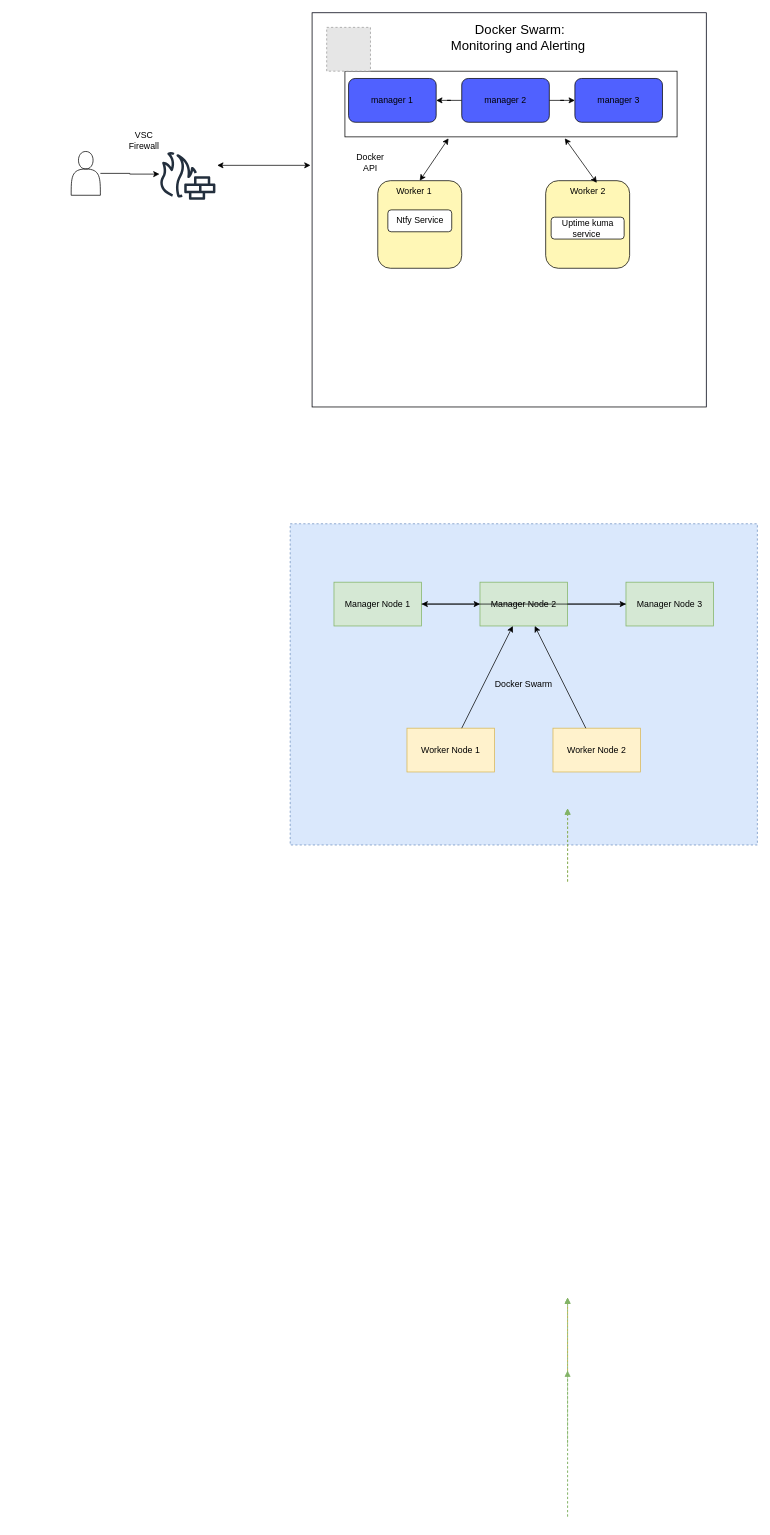
Above: Untitled Diagram.drawio in aaiyanna1/drawio (draw.io), before the change. Source tidied: cells renumbered, new cells numbered last; positions are measured from the earlier drawing's top-left corner, leaving out a move shared by most shapes. Both pictures are drawn from the tidied source at 73%, with x=0, y=0 at pixel (71, 12). Pictures stored in the file or linked from it are replaced by grey dashed boxes.
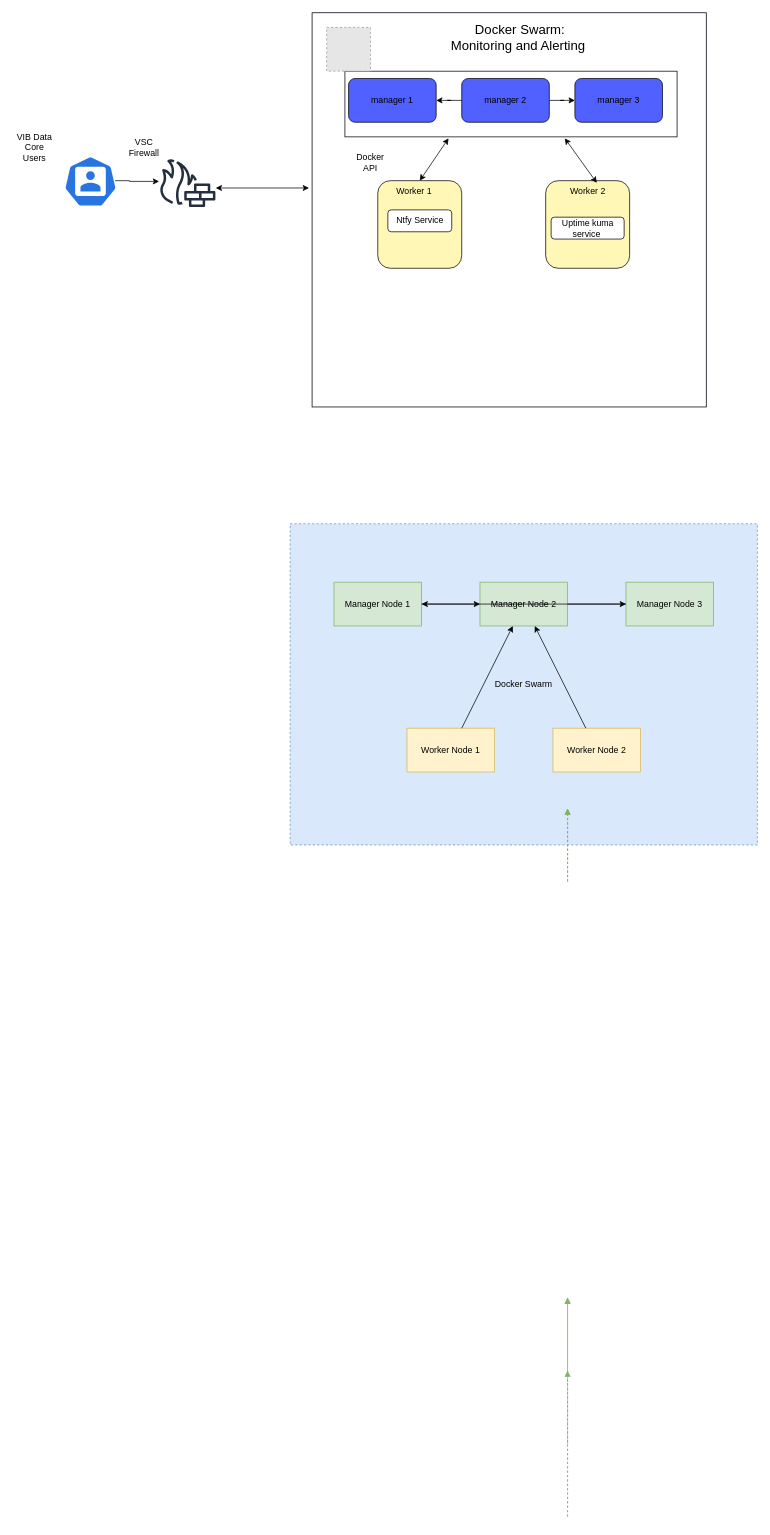
Above is the later version.

Commit message:
added user interface

The change refers to these unchanged cells:
```xml
<mxCell id="3" style="whiteSpace=wrap;html=1;" parent="2" vertex="1">
  <mxGeometry width="540" height="540" as="geometry" />
</mxCell>
<mxCell id="47" style="sketch=0;outlineConnect=0;fontColor=#232F3E;gradientColor=none;fillColor=#232F3D;strokeColor=none;dashed=0;verticalLabelPosition=bottom;verticalAlign=top;align=center;html=1;fontSize=12;fontStyle=0;shape=mxgraph.aws4.generic_firewall;" parent="46" vertex="1">
  <mxGeometry x="120" y="30" width="78" height="66" as="geometry" />
</mxCell>
```

Change to the diagram source:
```diff
@@
     <mxCell id="46" style="group;" parent="1" vertex="1">
-      <mxGeometry y="160" width="198" height="96" as="geometry" />
+      <mxGeometry y="170" width="198" height="96" as="geometry" />
     </mxCell>
@@
-    <mxCell id="49" style="shape=actor;whiteSpace=wrap;html=1;" parent="46" vertex="1">
-      <mxGeometry y="30" width="40" height="60" as="geometry" />
-    </mxCell>
-    <mxCell id="50" style="edgeStyle=orthogonalEdgeStyle;rounded=0;jettySize=auto;html=1;entryX=0.007;entryY=0.47;entryDx=0;entryDy=0;entryPerimeter=0;" parent="46" edge="1" source="49" target="47">
-      <mxGeometry relative="1" as="geometry" />
+    <mxCell id="50" style="edgeStyle=orthogonalEdgeStyle;rounded=0;jettySize=auto;html=1;" parent="46" edge="1" target="47">
+      <mxGeometry relative="1" as="geometry">
+        <mxPoint x="40" y="60" as="sourcePoint" />
+        <Array as="points">
+          <mxPoint x="80" y="60" />
+          <mxPoint x="80" y="61" />
+        </Array>
+      </mxGeometry>
     </mxCell>
+    <mxCell id="52" style="sketch=0;html=1;dashed=0;whitespace=wrap;verticalLabelPosition=bottom;verticalAlign=top;fillColor=#2875E2;strokeColor=#ffffff;shape=mxgraph.kubernetes.icon2;prIcon=user;" parent="46" vertex="1">
+      <mxGeometry x="-10" y="26" width="72.9" height="70" as="geometry" />
+    </mxCell>
-    <mxCell id="51" style="endArrow=classic;startArrow=classic;html=1;rounded=0;entryX=-0.004;entryY=0.387;entryDx=0;entryDy=0;entryPerimeter=0;" parent="1" edge="1" target="3">
+    <mxCell id="51" style="endArrow=classic;startArrow=classic;html=1;rounded=0;entryX=-0.004;entryY=0.387;entryDx=0;entryDy=0;entryPerimeter=0;" parent="1" edge="1">
       <mxGeometry relative="1" as="geometry">
-        <mxPoint x="200" y="209" as="sourcePoint" />
+        <mxPoint x="198" y="240" as="sourcePoint" />
+        <mxPoint x="325.8" y="240" as="targetPoint" />
       </mxGeometry>
     </mxCell>
+    <mxCell id="53" value="VIB Data Core Users" style="text;html=1;whiteSpace=wrap;strokeColor=none;fillColor=none;align=center;verticalAlign=middle;rounded=0;" parent="1" vertex="1">
+      <mxGeometry x="-80" y="170" width="60" height="30" as="geometry" />
+    </mxCell>
```
